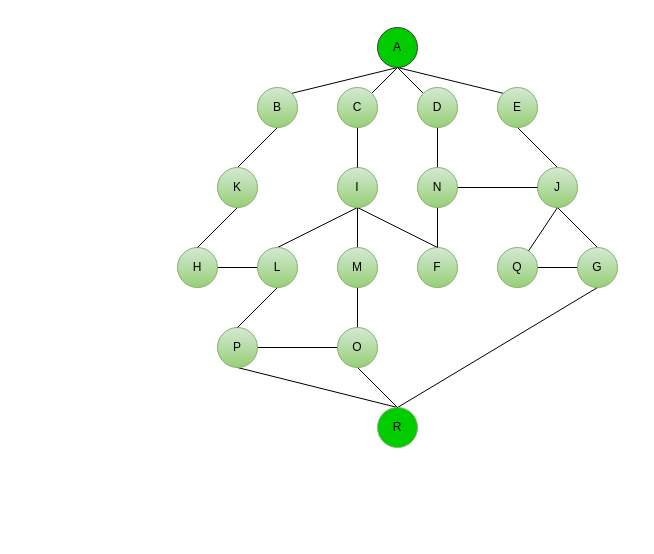
Earlier version of the draw.io diagram Q6_Grafo_Busca_A*.drawio (JudilenaGalvao/Exercicios_IC). Source tidied: cells renumbered, new cells numbered last; positions are measured from the earlier drawing's top-left corner, leaving out a move shared by most shapes. Both pictures are drawn from the tidied source at 100%, with x=0, y=0 at pixel (177, 27).
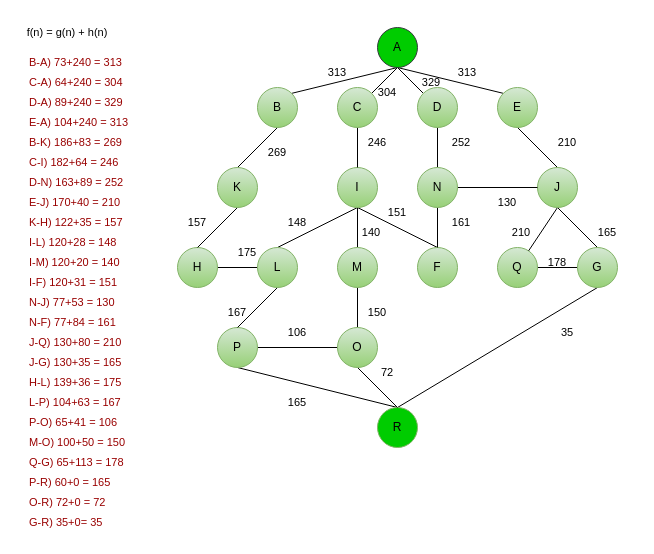
The same diagram, later.

Change to the diagram source:
```diff
@@
+    <mxCell id="44" value="f(n) = g(n) + h(n)" style="text;html=1;strokeColor=none;fillColor=none;align=center;verticalAlign=middle;whiteSpace=wrap;rounded=0;fontSize=11;fontFamily=Helvetica;fontColor=default;" parent="1" vertex="1">
+      <mxGeometry x="-160" y="-10" width="100" height="30" as="geometry" />
+    </mxCell>
+    <mxCell id="45" value="&lt;font color=&quot;#990000&quot;&gt;B-A) 73+240 = 313&lt;/font&gt;" style="text;html=1;strokeColor=none;fillColor=none;align=left;verticalAlign=middle;whiteSpace=wrap;rounded=0;fontSize=11;fontFamily=Helvetica;fontColor=default;" parent="1" vertex="1">
+      <mxGeometry x="-150" y="20" width="100" height="30" as="geometry" />
+    </mxCell>
+    <mxCell id="46" value="&lt;font color=&quot;#990000&quot;&gt;C-A) 64+240 = 304&lt;/font&gt;" style="text;html=1;strokeColor=none;fillColor=none;align=left;verticalAlign=middle;whiteSpace=wrap;rounded=0;fontSize=11;fontFamily=Helvetica;fontColor=default;" parent="1" vertex="1">
+      <mxGeometry x="-150" y="40" width="100" height="30" as="geometry" />
+    </mxCell>
+    <mxCell id="47" value="&lt;font color=&quot;#990000&quot;&gt;D-A) 89+240 = 329&lt;/font&gt;" style="text;html=1;strokeColor=none;fillColor=none;align=left;verticalAlign=middle;whiteSpace=wrap;rounded=0;fontSize=11;fontFamily=Helvetica;fontColor=default;" parent="1" vertex="1">
+      <mxGeometry x="-150" y="60" width="100" height="30" as="geometry" />
+    </mxCell>
+    <mxCell id="48" value="&lt;font color=&quot;#990000&quot;&gt;E-A) 104+240 = 313&lt;/font&gt;" style="text;html=1;strokeColor=none;fillColor=none;align=left;verticalAlign=middle;whiteSpace=wrap;rounded=0;fontSize=11;fontFamily=Helvetica;fontColor=default;" parent="1" vertex="1">
+      <mxGeometry x="-150" y="80" width="110" height="30" as="geometry" />
+    </mxCell>
+    <mxCell id="49" value="&lt;font color=&quot;#990000&quot;&gt;B-K) 186+83 = 269&lt;/font&gt;" style="text;html=1;strokeColor=none;fillColor=none;align=left;verticalAlign=middle;whiteSpace=wrap;rounded=0;fontSize=11;fontFamily=Helvetica;fontColor=default;" parent="1" vertex="1">
+      <mxGeometry x="-150" y="100" width="100" height="30" as="geometry" />
+    </mxCell>
+    <mxCell id="50" value="&lt;font color=&quot;#990000&quot;&gt;C-I) 182+64 = 246&lt;/font&gt;" style="text;html=1;strokeColor=none;fillColor=none;align=left;verticalAlign=middle;whiteSpace=wrap;rounded=0;fontSize=11;fontFamily=Helvetica;fontColor=default;" parent="1" vertex="1">
+      <mxGeometry x="-150" y="120" width="100" height="30" as="geometry" />
+    </mxCell>
+    <mxCell id="51" value="&lt;font color=&quot;#990000&quot;&gt;D-N) 163+89 = 252&lt;/font&gt;" style="text;html=1;strokeColor=none;fillColor=none;align=left;verticalAlign=middle;whiteSpace=wrap;rounded=0;fontSize=11;fontFamily=Helvetica;fontColor=default;" parent="1" vertex="1">
+      <mxGeometry x="-150" y="140" width="100" height="30" as="geometry" />
+    </mxCell>
+    <mxCell id="52" value="&lt;font color=&quot;#990000&quot;&gt;E-J) 170+40 = 210&lt;/font&gt;" style="text;html=1;strokeColor=none;fillColor=none;align=left;verticalAlign=middle;whiteSpace=wrap;rounded=0;fontSize=11;fontFamily=Helvetica;fontColor=default;" parent="1" vertex="1">
+      <mxGeometry x="-150" y="160" width="100" height="30" as="geometry" />
+    </mxCell>
+    <mxCell id="53" value="&lt;font color=&quot;#990000&quot;&gt;K-H) 122+35 = 157&lt;/font&gt;" style="text;html=1;strokeColor=none;fillColor=none;align=left;verticalAlign=middle;whiteSpace=wrap;rounded=0;fontSize=11;fontFamily=Helvetica;fontColor=default;" parent="1" vertex="1">
+      <mxGeometry x="-150" y="180" width="100" height="30" as="geometry" />
+    </mxCell>
+    <mxCell id="54" value="&lt;font color=&quot;#990000&quot;&gt;I-L) 120+28 = 148&lt;/font&gt;" style="text;html=1;strokeColor=none;fillColor=none;align=left;verticalAlign=middle;whiteSpace=wrap;rounded=0;fontSize=11;fontFamily=Helvetica;fontColor=default;" parent="1" vertex="1">
+      <mxGeometry x="-150" y="200" width="100" height="30" as="geometry" />
+    </mxCell>
+    <mxCell id="55" value="&lt;font color=&quot;#990000&quot;&gt;I-M) 120+20 = 140&lt;/font&gt;" style="text;html=1;strokeColor=none;fillColor=none;align=left;verticalAlign=middle;whiteSpace=wrap;rounded=0;fontSize=11;fontFamily=Helvetica;fontColor=default;" parent="1" vertex="1">
+      <mxGeometry x="-150" y="220" width="100" height="30" as="geometry" />
+    </mxCell>
+    <mxCell id="56" value="&lt;font color=&quot;#990000&quot;&gt;I-F) 120+31 = 151&lt;/font&gt;" style="text;html=1;strokeColor=none;fillColor=none;align=left;verticalAlign=middle;whiteSpace=wrap;rounded=0;fontSize=11;fontFamily=Helvetica;fontColor=default;" parent="1" vertex="1">
+      <mxGeometry x="-150" y="240" width="100" height="30" as="geometry" />
+    </mxCell>
+    <mxCell id="57" value="&lt;font color=&quot;#990000&quot;&gt;N-J) 77+53 = 130&lt;/font&gt;" style="text;html=1;strokeColor=none;fillColor=none;align=left;verticalAlign=middle;whiteSpace=wrap;rounded=0;fontSize=11;fontFamily=Helvetica;fontColor=default;" parent="1" vertex="1">
+      <mxGeometry x="-150" y="260" width="100" height="30" as="geometry" />
+    </mxCell>
+    <mxCell id="58" value="&lt;font color=&quot;#990000&quot;&gt;N-F) 77+84 = 161&lt;/font&gt;" style="text;html=1;strokeColor=none;fillColor=none;align=left;verticalAlign=middle;whiteSpace=wrap;rounded=0;fontSize=11;fontFamily=Helvetica;fontColor=default;" parent="1" vertex="1">
+      <mxGeometry x="-150" y="280" width="100" height="30" as="geometry" />
+    </mxCell>
+    <mxCell id="59" value="&lt;font color=&quot;#990000&quot;&gt;J-Q) 130+80 = 210&lt;/font&gt;" style="text;html=1;strokeColor=none;fillColor=none;align=left;verticalAlign=middle;whiteSpace=wrap;rounded=0;fontSize=11;fontFamily=Helvetica;fontColor=default;" parent="1" vertex="1">
+      <mxGeometry x="-150" y="300" width="100" height="30" as="geometry" />
+    </mxCell>
+    <mxCell id="60" value="&lt;font color=&quot;#990000&quot;&gt;J-G) 130+35 = 165&lt;/font&gt;" style="text;html=1;strokeColor=none;fillColor=none;align=left;verticalAlign=middle;whiteSpace=wrap;rounded=0;fontSize=11;fontFamily=Helvetica;fontColor=default;" parent="1" vertex="1">
+      <mxGeometry x="-150" y="320" width="100" height="30" as="geometry" />
+    </mxCell>
+    <mxCell id="61" value="&lt;font color=&quot;#990000&quot;&gt;H-L) 139+36 = 175&lt;/font&gt;" style="text;html=1;strokeColor=none;fillColor=none;align=left;verticalAlign=middle;whiteSpace=wrap;rounded=0;fontSize=11;fontFamily=Helvetica;fontColor=default;" parent="1" vertex="1">
+      <mxGeometry x="-150" y="340" width="100" height="30" as="geometry" />
+    </mxCell>
+    <mxCell id="62" value="&lt;font color=&quot;#990000&quot;&gt;L-P) 104+63 = 167&lt;/font&gt;" style="text;html=1;strokeColor=none;fillColor=none;align=left;verticalAlign=middle;whiteSpace=wrap;rounded=0;fontSize=11;fontFamily=Helvetica;fontColor=default;" parent="1" vertex="1">
+      <mxGeometry x="-150" y="360" width="100" height="30" as="geometry" />
+    </mxCell>
+    <mxCell id="63" value="&lt;font color=&quot;#990000&quot;&gt;P-O) 65+41 = 106&lt;/font&gt;" style="text;html=1;strokeColor=none;fillColor=none;align=left;verticalAlign=middle;whiteSpace=wrap;rounded=0;fontSize=11;fontFamily=Helvetica;fontColor=default;" parent="1" vertex="1">
+      <mxGeometry x="-150" y="380" width="100" height="30" as="geometry" />
+    </mxCell>
+    <mxCell id="64" value="&lt;font color=&quot;#990000&quot;&gt;M-O) 100+50 = 150&lt;/font&gt;" style="text;html=1;strokeColor=none;fillColor=none;align=left;verticalAlign=middle;whiteSpace=wrap;rounded=0;fontSize=11;fontFamily=Helvetica;fontColor=default;" parent="1" vertex="1">
+      <mxGeometry x="-150" y="400" width="100" height="30" as="geometry" />
+    </mxCell>
+    <mxCell id="65" value="&lt;font color=&quot;#990000&quot;&gt;Q-G) 65+113 = 178&lt;/font&gt;" style="text;html=1;strokeColor=none;fillColor=none;align=left;verticalAlign=middle;whiteSpace=wrap;rounded=0;fontSize=11;fontFamily=Helvetica;fontColor=default;" parent="1" vertex="1">
+      <mxGeometry x="-150" y="420" width="100" height="30" as="geometry" />
+    </mxCell>
+    <mxCell id="66" value="&lt;font color=&quot;#990000&quot;&gt;P-R) 60+0 = 165&lt;/font&gt;" style="text;html=1;strokeColor=none;fillColor=none;align=left;verticalAlign=middle;whiteSpace=wrap;rounded=0;fontSize=11;fontFamily=Helvetica;fontColor=default;" parent="1" vertex="1">
+      <mxGeometry x="-150" y="440" width="100" height="30" as="geometry" />
+    </mxCell>
+    <mxCell id="67" value="&lt;font color=&quot;#990000&quot;&gt;O-R) 72+0 = 72&lt;/font&gt;" style="text;html=1;strokeColor=none;fillColor=none;align=left;verticalAlign=middle;whiteSpace=wrap;rounded=0;fontSize=11;fontFamily=Helvetica;fontColor=default;" parent="1" vertex="1">
+      <mxGeometry x="-150" y="460" width="100" height="30" as="geometry" />
+    </mxCell>
+    <mxCell id="68" value="&lt;font color=&quot;#990000&quot;&gt;G-R) 35+0= 35&lt;/font&gt;" style="text;html=1;strokeColor=none;fillColor=none;align=left;verticalAlign=middle;whiteSpace=wrap;rounded=0;fontSize=11;fontFamily=Helvetica;fontColor=default;" parent="1" vertex="1">
+      <mxGeometry x="-150" y="480" width="100" height="30" as="geometry" />
+    </mxCell>
+    <mxCell id="69" value="313" style="text;html=1;strokeColor=none;fillColor=none;align=center;verticalAlign=middle;whiteSpace=wrap;rounded=0;fontSize=11;fontFamily=Helvetica;fontColor=default;" parent="1" vertex="1">
+      <mxGeometry x="130" y="30" width="60" height="30" as="geometry" />
+    </mxCell>
+    <mxCell id="70" value="313" style="text;html=1;strokeColor=none;fillColor=none;align=center;verticalAlign=middle;whiteSpace=wrap;rounded=0;fontSize=11;fontFamily=Helvetica;fontColor=default;" parent="1" vertex="1">
+      <mxGeometry x="260" y="30" width="60" height="30" as="geometry" />
+    </mxCell>
+    <mxCell id="71" value="304" style="text;html=1;strokeColor=none;fillColor=none;align=center;verticalAlign=middle;whiteSpace=wrap;rounded=0;fontSize=11;fontFamily=Helvetica;fontColor=default;" parent="1" vertex="1">
+      <mxGeometry x="180" y="50" width="60" height="30" as="geometry" />
+    </mxCell>
+    <mxCell id="72" value="329" style="text;html=1;strokeColor=none;fillColor=none;align=center;verticalAlign=middle;whiteSpace=wrap;rounded=0;fontSize=11;fontFamily=Helvetica;fontColor=default;" parent="1" vertex="1">
+      <mxGeometry x="224" y="40" width="60" height="30" as="geometry" />
+    </mxCell>
+    <mxCell id="73" value="210" style="text;html=1;strokeColor=none;fillColor=none;align=center;verticalAlign=middle;whiteSpace=wrap;rounded=0;fontSize=11;fontFamily=Helvetica;fontColor=default;" parent="1" vertex="1">
+      <mxGeometry x="360" y="100" width="60" height="30" as="geometry" />
+    </mxCell>
+    <mxCell id="74" value="252" style="text;html=1;strokeColor=none;fillColor=none;align=center;verticalAlign=middle;whiteSpace=wrap;rounded=0;fontSize=11;fontFamily=Helvetica;fontColor=default;" parent="1" vertex="1">
+      <mxGeometry x="254" y="100" width="60" height="30" as="geometry" />
+    </mxCell>
+    <mxCell id="75" value="246" style="text;html=1;strokeColor=none;fillColor=none;align=center;verticalAlign=middle;whiteSpace=wrap;rounded=0;fontSize=11;fontFamily=Helvetica;fontColor=default;" parent="1" vertex="1">
+      <mxGeometry x="170" y="100" width="60" height="30" as="geometry" />
+    </mxCell>
+    <mxCell id="76" value="269" style="text;html=1;strokeColor=none;fillColor=none;align=center;verticalAlign=middle;whiteSpace=wrap;rounded=0;fontSize=11;fontFamily=Helvetica;fontColor=default;" parent="1" vertex="1">
+      <mxGeometry x="70" y="110" width="60" height="30" as="geometry" />
+    </mxCell>
+    <mxCell id="77" value="130" style="text;html=1;strokeColor=none;fillColor=none;align=center;verticalAlign=middle;whiteSpace=wrap;rounded=0;fontSize=11;fontFamily=Helvetica;fontColor=default;" parent="1" vertex="1">
+      <mxGeometry x="300" y="160" width="60" height="30" as="geometry" />
+    </mxCell>
+    <mxCell id="78" value="161" style="text;html=1;strokeColor=none;fillColor=none;align=center;verticalAlign=middle;whiteSpace=wrap;rounded=0;fontSize=11;fontFamily=Helvetica;fontColor=default;" parent="1" vertex="1">
+      <mxGeometry x="254" y="180" width="60" height="30" as="geometry" />
+    </mxCell>
+    <mxCell id="79" value="151" style="text;html=1;strokeColor=none;fillColor=none;align=center;verticalAlign=middle;whiteSpace=wrap;rounded=0;fontSize=11;fontFamily=Helvetica;fontColor=default;" parent="1" vertex="1">
+      <mxGeometry x="190" y="170" width="60" height="30" as="geometry" />
+    </mxCell>
+    <mxCell id="80" value="140" style="text;html=1;strokeColor=none;fillColor=none;align=center;verticalAlign=middle;whiteSpace=wrap;rounded=0;fontSize=11;fontFamily=Helvetica;fontColor=default;" parent="1" vertex="1">
+      <mxGeometry x="164" y="190" width="60" height="30" as="geometry" />
+    </mxCell>
+    <mxCell id="81" value="148" style="text;html=1;strokeColor=none;fillColor=none;align=center;verticalAlign=middle;whiteSpace=wrap;rounded=0;fontSize=11;fontFamily=Helvetica;fontColor=default;" parent="1" vertex="1">
+      <mxGeometry x="90" y="180" width="60" height="30" as="geometry" />
+    </mxCell>
+    <mxCell id="82" value="157" style="text;html=1;strokeColor=none;fillColor=none;align=center;verticalAlign=middle;whiteSpace=wrap;rounded=0;fontSize=11;fontFamily=Helvetica;fontColor=default;" parent="1" vertex="1">
+      <mxGeometry x="-10" y="180" width="60" height="30" as="geometry" />
+    </mxCell>
+    <mxCell id="83" value="175" style="text;html=1;strokeColor=none;fillColor=none;align=center;verticalAlign=middle;whiteSpace=wrap;rounded=0;fontSize=11;fontFamily=Helvetica;fontColor=default;" parent="1" vertex="1">
+      <mxGeometry x="40" y="210" width="60" height="30" as="geometry" />
+    </mxCell>
+    <mxCell id="84" value="165" style="text;html=1;strokeColor=none;fillColor=none;align=center;verticalAlign=middle;whiteSpace=wrap;rounded=0;fontSize=11;fontFamily=Helvetica;fontColor=default;" parent="1" vertex="1">
+      <mxGeometry x="400" y="190" width="60" height="30" as="geometry" />
+    </mxCell>
+    <mxCell id="85" value="210" style="text;html=1;strokeColor=none;fillColor=none;align=center;verticalAlign=middle;whiteSpace=wrap;rounded=0;fontSize=11;fontFamily=Helvetica;fontColor=default;" parent="1" vertex="1">
+      <mxGeometry x="314" y="190" width="60" height="30" as="geometry" />
+    </mxCell>
+    <mxCell id="86" value="178" style="text;html=1;strokeColor=none;fillColor=none;align=center;verticalAlign=middle;whiteSpace=wrap;rounded=0;fontSize=11;fontFamily=Helvetica;fontColor=default;" parent="1" vertex="1">
+      <mxGeometry x="350" y="220" width="60" height="30" as="geometry" />
+    </mxCell>
+    <mxCell id="87" value="35" style="text;html=1;strokeColor=none;fillColor=none;align=center;verticalAlign=middle;whiteSpace=wrap;rounded=0;fontSize=11;fontFamily=Helvetica;fontColor=default;" parent="1" vertex="1">
+      <mxGeometry x="360" y="290" width="60" height="30" as="geometry" />
+    </mxCell>
+    <mxCell id="88" value="150" style="text;html=1;strokeColor=none;fillColor=none;align=center;verticalAlign=middle;whiteSpace=wrap;rounded=0;fontSize=11;fontFamily=Helvetica;fontColor=default;" parent="1" vertex="1">
+      <mxGeometry x="170" y="270" width="60" height="30" as="geometry" />
+    </mxCell>
+    <mxCell id="89" value="167" style="text;html=1;strokeColor=none;fillColor=none;align=center;verticalAlign=middle;whiteSpace=wrap;rounded=0;fontSize=11;fontFamily=Helvetica;fontColor=default;" parent="1" vertex="1">
+      <mxGeometry x="30" y="270" width="60" height="30" as="geometry" />
+    </mxCell>
+    <mxCell id="90" value="106" style="text;html=1;strokeColor=none;fillColor=none;align=center;verticalAlign=middle;whiteSpace=wrap;rounded=0;fontSize=11;fontFamily=Helvetica;fontColor=default;" parent="1" vertex="1">
+      <mxGeometry x="90" y="290" width="60" height="30" as="geometry" />
+    </mxCell>
+    <mxCell id="91" value="72" style="text;html=1;strokeColor=none;fillColor=none;align=center;verticalAlign=middle;whiteSpace=wrap;rounded=0;fontSize=11;fontFamily=Helvetica;fontColor=default;" parent="1" vertex="1">
+      <mxGeometry x="180" y="330" width="60" height="30" as="geometry" />
+    </mxCell>
+    <mxCell id="92" value="165" style="text;html=1;strokeColor=none;fillColor=none;align=center;verticalAlign=middle;whiteSpace=wrap;rounded=0;fontSize=11;fontFamily=Helvetica;fontColor=default;" parent="1" vertex="1">
+      <mxGeometry x="90" y="360" width="60" height="30" as="geometry" />
+    </mxCell>
```
